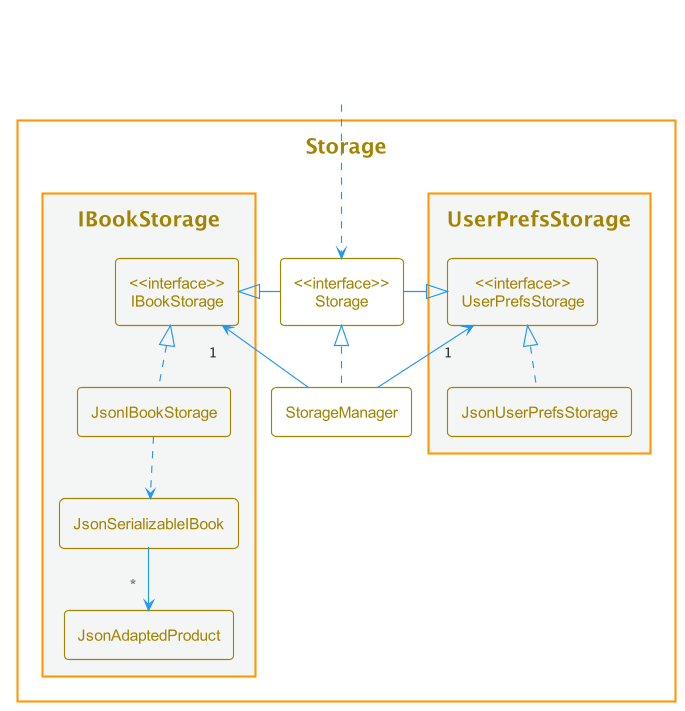
Above: docs/images/StorageClassDiagram.png in nus-cs2103-AY2122S2/tp (PlantUML), before the change.
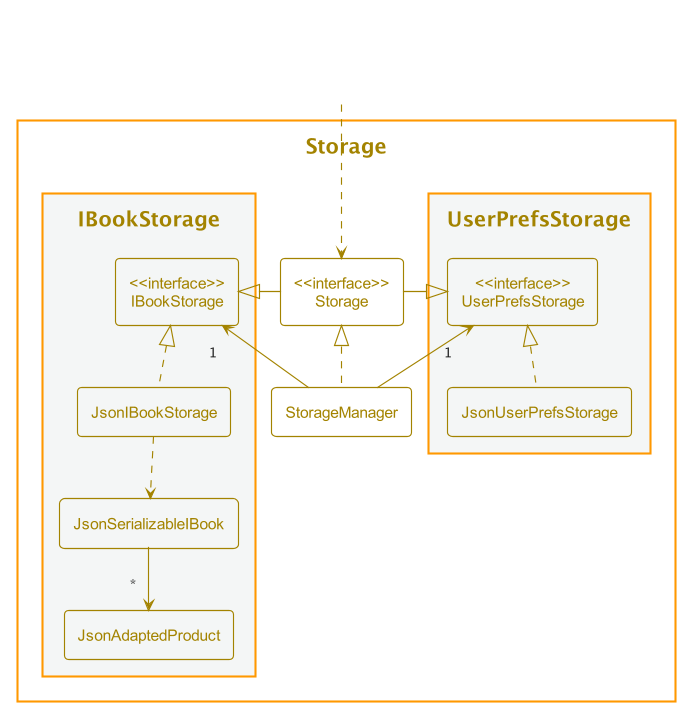
After the change.

Change to the diagram source:
```diff
@@ -1,17 +1,7 @@
 @startuml
 !include style.puml
 
-!$theme_color = STORAGE_COLOR
-
-skinparam TitleFontColor $theme_color
-skinparam Class {
-    FontColor $theme_color
-    StereotypeFontColor $theme_color
-    BorderColor $theme_color
-    FontColor<<Hidden>> #FFFFFF
-    StereotypeFontColor<<Hidden>> #FFFFFF
-    BorderColor<<Hidden>> #FFFFFF
-}
+$OverrideTheme(STORAGE_COLOR)
 
 package Storage {
 
```
